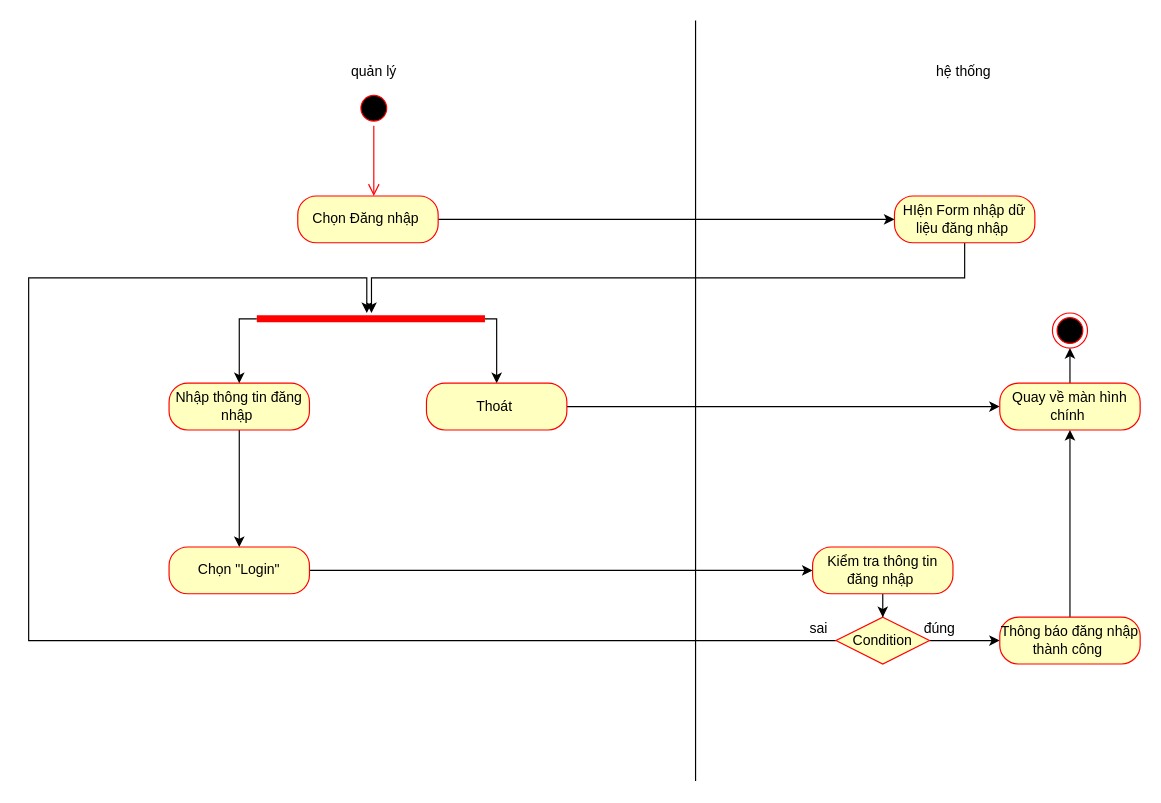
Earlier version of the draw.io diagram page "đăng nhập" (4 of 16) of Untitled Diagram.drawio (sonha1/aaaa). Source tidied: cells renumbered, new cells numbered last; positions are measured from the earlier drawing's top-left corner, leaving out a move shared by most shapes. Both pictures are drawn from the tidied source at 117%, with x=0, y=0 at pixel (28, 20).
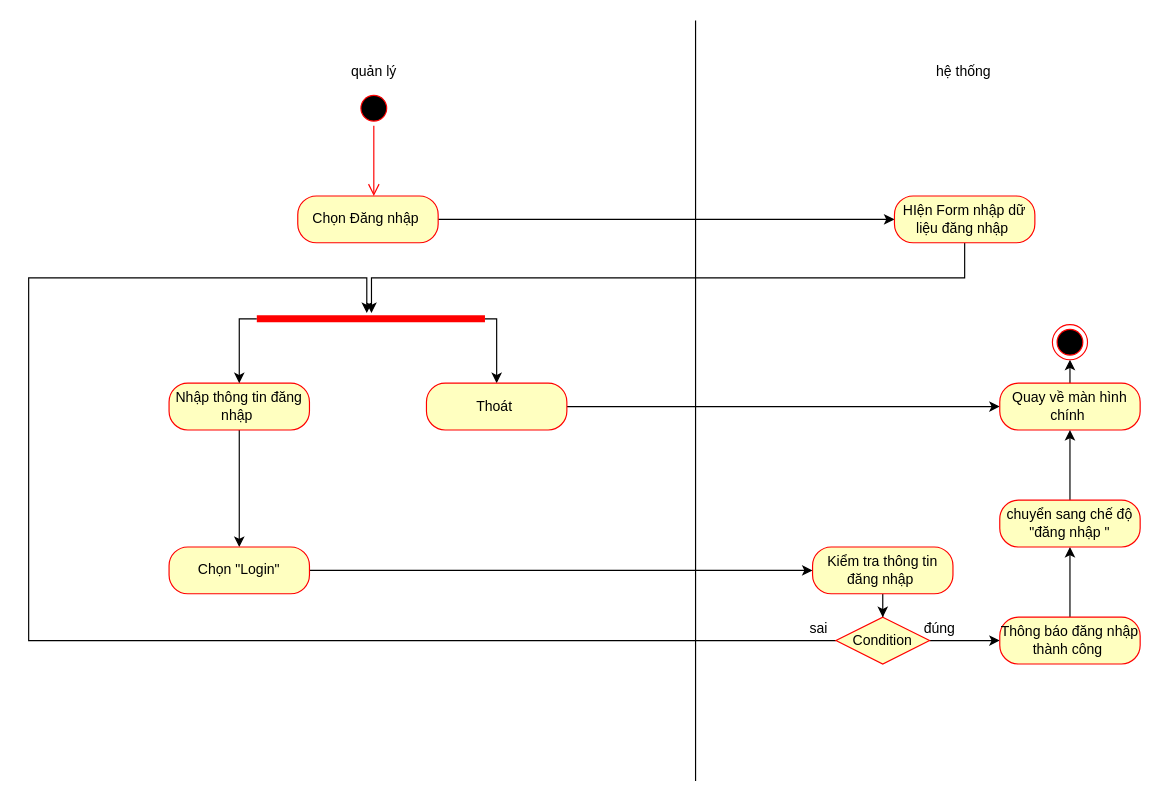
The same page after the edit.

Unchanged cells that the change refers to:
```xml
<mxCell id="21" value="Quay về màn hình chính&amp;nbsp;" style="rounded=1;whiteSpace=wrap;html=1;arcSize=40;fontColor=#000000;fillColor=#ffffc0;strokeColor=#ff0000;" parent="1" vertex="1">
  <mxGeometry x="830" y="310" width="120" height="40" as="geometry" />
</mxCell>
<mxCell id="30" value="Thông báo đăng nhập thành công&amp;nbsp;" style="rounded=1;whiteSpace=wrap;html=1;arcSize=40;fontColor=#000000;fillColor=#ffffc0;strokeColor=#ff0000;" parent="1" vertex="1">
  <mxGeometry x="830" y="510" width="120" height="40" as="geometry" />
</mxCell>
```

What changed in the source:
```diff
@@
-    <mxCell id="20" style="edgeStyle=orthogonalEdgeStyle;rounded=0;jettySize=auto;html=1;entryX=0.5;entryY=1;entryDx=0;entryDy=0;" parent="1" edge="1" source="21" target="31">
-      <mxGeometry relative="1" as="geometry" />
-    </mxCell>
+    <mxCell id="32" style="edgeStyle=orthogonalEdgeStyle;rounded=0;jettySize=auto;html=1;" parent="1" edge="1" source="21">
+      <mxGeometry relative="1" as="geometry">
+        <mxPoint x="890" y="290" as="targetPoint" />
+      </mxGeometry>
+    </mxCell>
@@
-    <mxCell id="29" style="edgeStyle=orthogonalEdgeStyle;rounded=0;jettySize=auto;html=1;entryX=0.5;entryY=1;entryDx=0;entryDy=0;" parent="1" edge="1" source="30" target="21">
-      <mxGeometry relative="1" as="geometry">
-        <Array as="points">
-          <mxPoint x="890" y="380" />
-          <mxPoint x="890" y="380" />
-        </Array>
-      </mxGeometry>
-    </mxCell>
+    <mxCell id="33" style="edgeStyle=orthogonalEdgeStyle;rounded=0;jettySize=auto;html=1;" parent="1" edge="1" source="30">
+      <mxGeometry relative="1" as="geometry">
+        <mxPoint x="890" y="450" as="targetPoint" />
+      </mxGeometry>
+    </mxCell>
@@
     <mxCell id="31" style="ellipse;html=1;shape=endState;fillColor=#000000;strokeColor=#ff0000;" parent="1" vertex="1">
-      <mxGeometry x="875" y="250" width="30" height="30" as="geometry" />
+      <mxGeometry x="875" y="260" width="30" height="30" as="geometry" />
     </mxCell>
+    <mxCell id="34" style="edgeStyle=orthogonalEdgeStyle;rounded=0;jettySize=auto;html=1;" parent="1" edge="1" source="35" target="21">
+      <mxGeometry relative="1" as="geometry" />
+    </mxCell>
+    <mxCell id="35" value="chuyển sang chế độ &quot;đăng nhập &quot;" style="rounded=1;whiteSpace=wrap;html=1;arcSize=40;fontColor=#000000;fillColor=#ffffc0;strokeColor=#ff0000;" parent="1" vertex="1">
+      <mxGeometry x="830" y="410" width="120" height="40" as="geometry" />
+    </mxCell>
```
